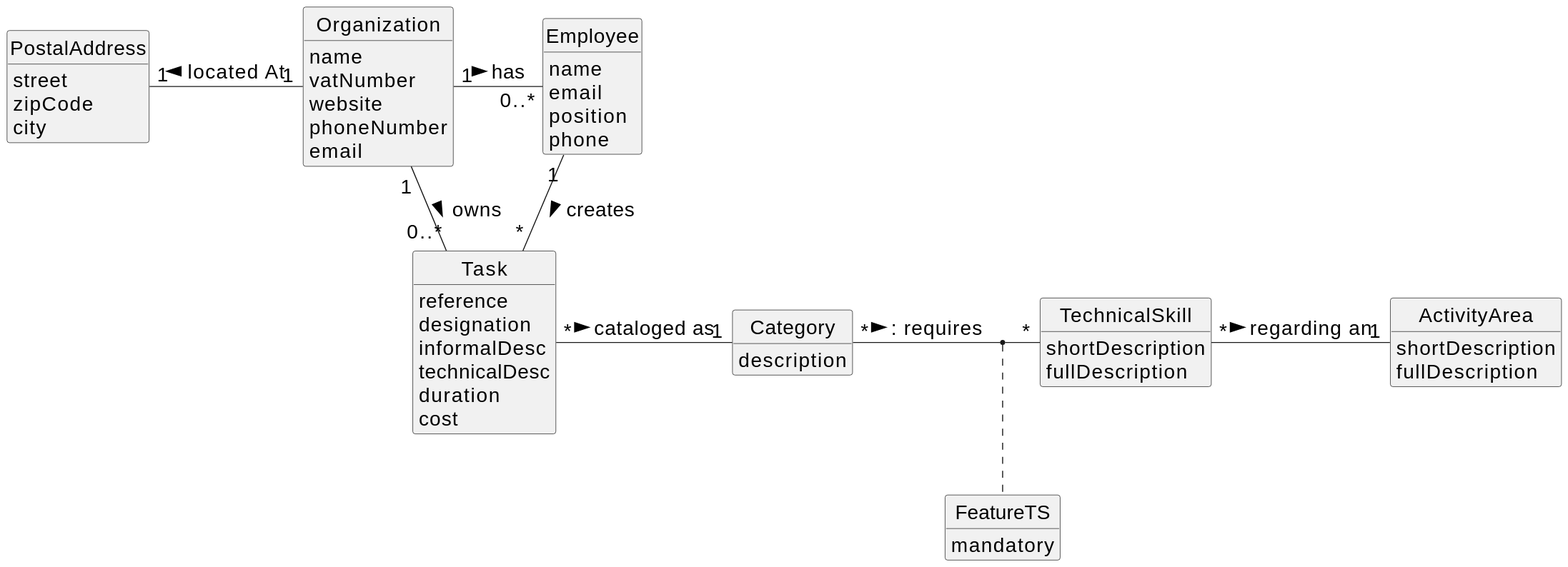
Earlier version of the PlantUML export docs/tp01/svg/project-domain-model.svg (PureNimble/ISEP-LAPR2). Source of this version:
```plantuml
@startuml
skinparamlocked defaultFontSize 20
skinparam monochrome true
skinparam packageStyle rectangle
skinparam shadowing false
skinparam classAttributeIconSize 0
hide circle
hide methods



class Organization {
    name
    vatNumber
    website
    phoneNumber
    email
}

class Task {
    reference
    designation
    informalDesc
    technicalDesc
    duration
    cost
}

class Category {
    description
}

class Employee {
    name
    email
    position
    phone
}

class TechnicalSkill{
    shortDescription
    fullDescription
}

class ActivityArea{
    shortDescription
    fullDescription
}

class FeatureTS{
    mandatory
}

class PostalAddress{
    street
    zipCode
    city
}
Organization "1" - "0..*" Employee : has >
Organization "1" - "0..*" Task: owns >
Employee "1" -- "*" Task : creates >
Task "*" - "1" Category: cataloged as >
TechnicalSkill "*" - "1" ActivityArea: regarding an >

Category "*" - "*" TechnicalSkill :  : requires >
(Category, TechnicalSkill) . FeatureTS

Organization "1" -left "1" PostalAddress : located At >
@enduml
```
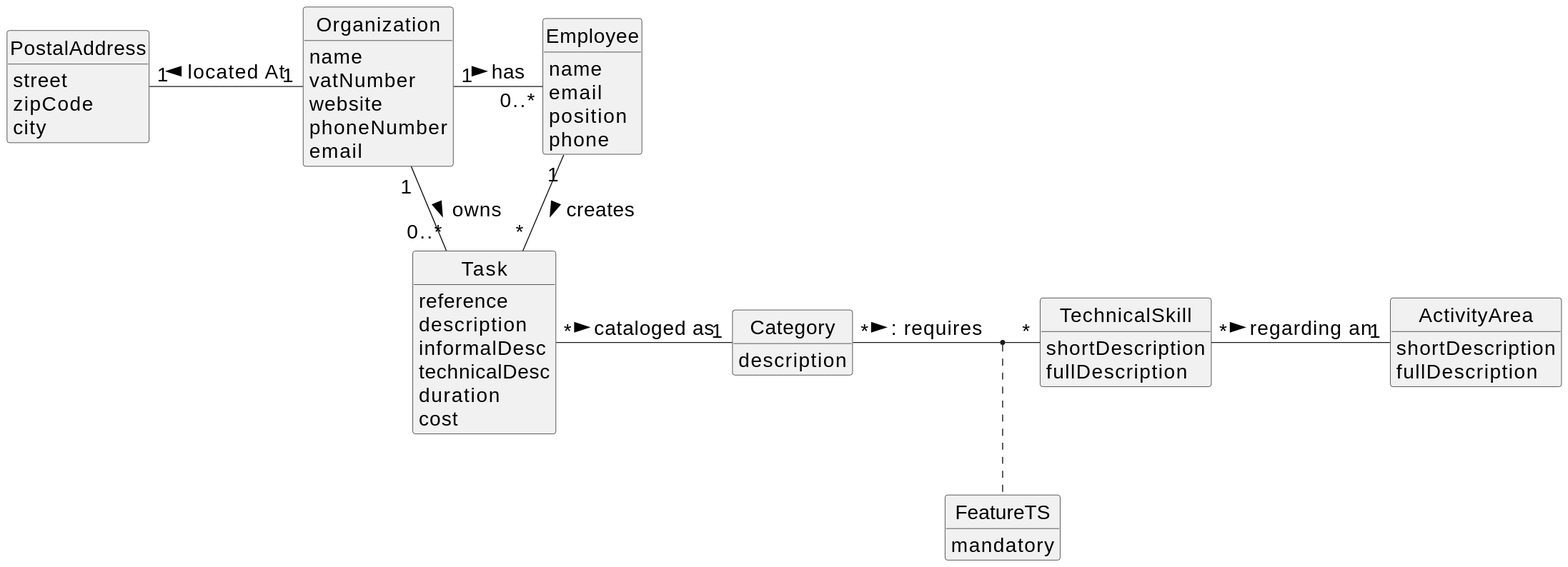
The same diagram one commit later.

What changed in the source:
```diff
@@ -19,7 +19,7 @@
 
 class Task {
     reference
-    designation
+    description
     informalDesc
     technicalDesc
     duration
```
